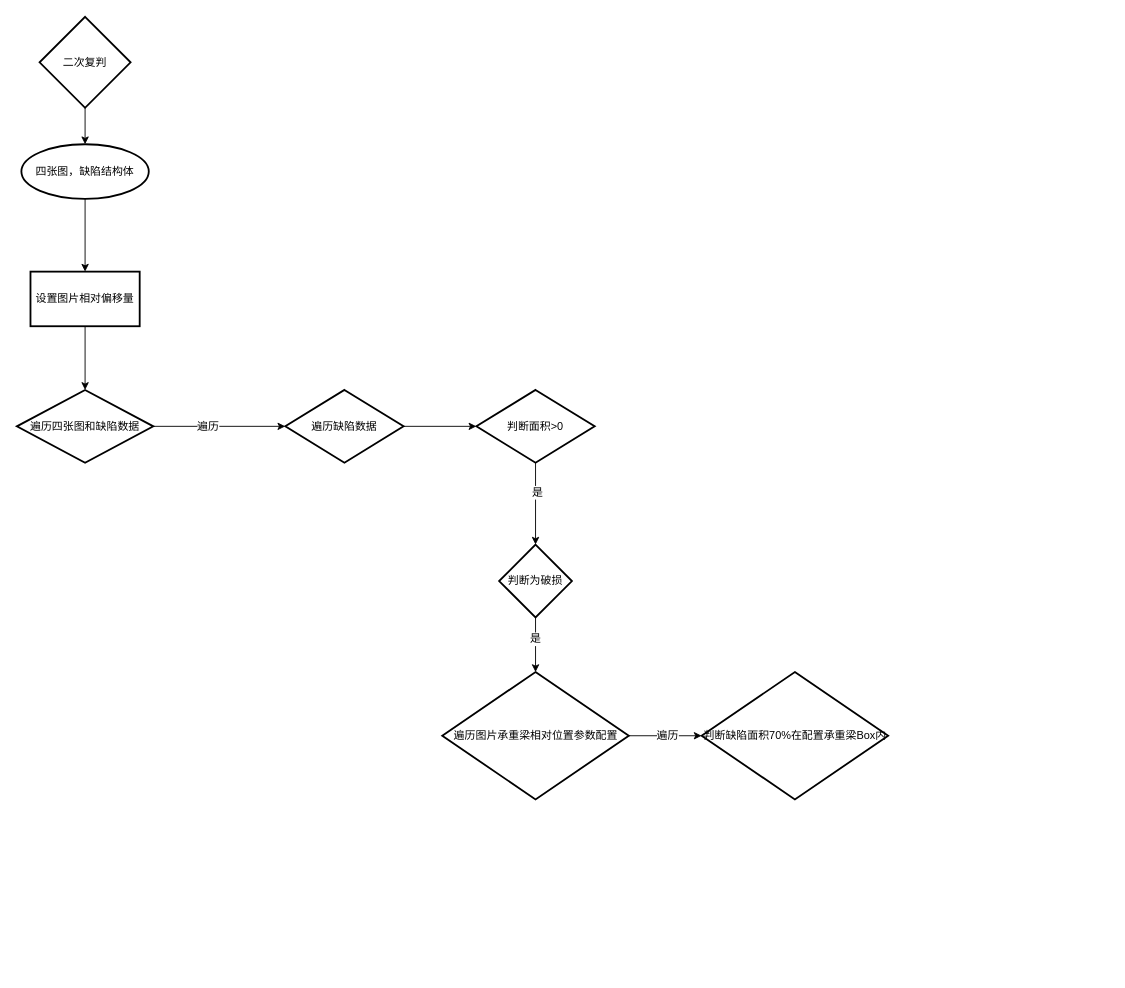
LittleSheepy/MyMLStudy keeps this draw.io diagram as 二次复判.drawio. Above is the earlier version. Source tidied: cells renumbered, new cells numbered last; positions are measured from the earlier drawing's top-left corner, leaving out a move shared by most shapes. Both pictures are drawn from the tidied source at 91%, with x=0, y=0 at pixel (16, 16).
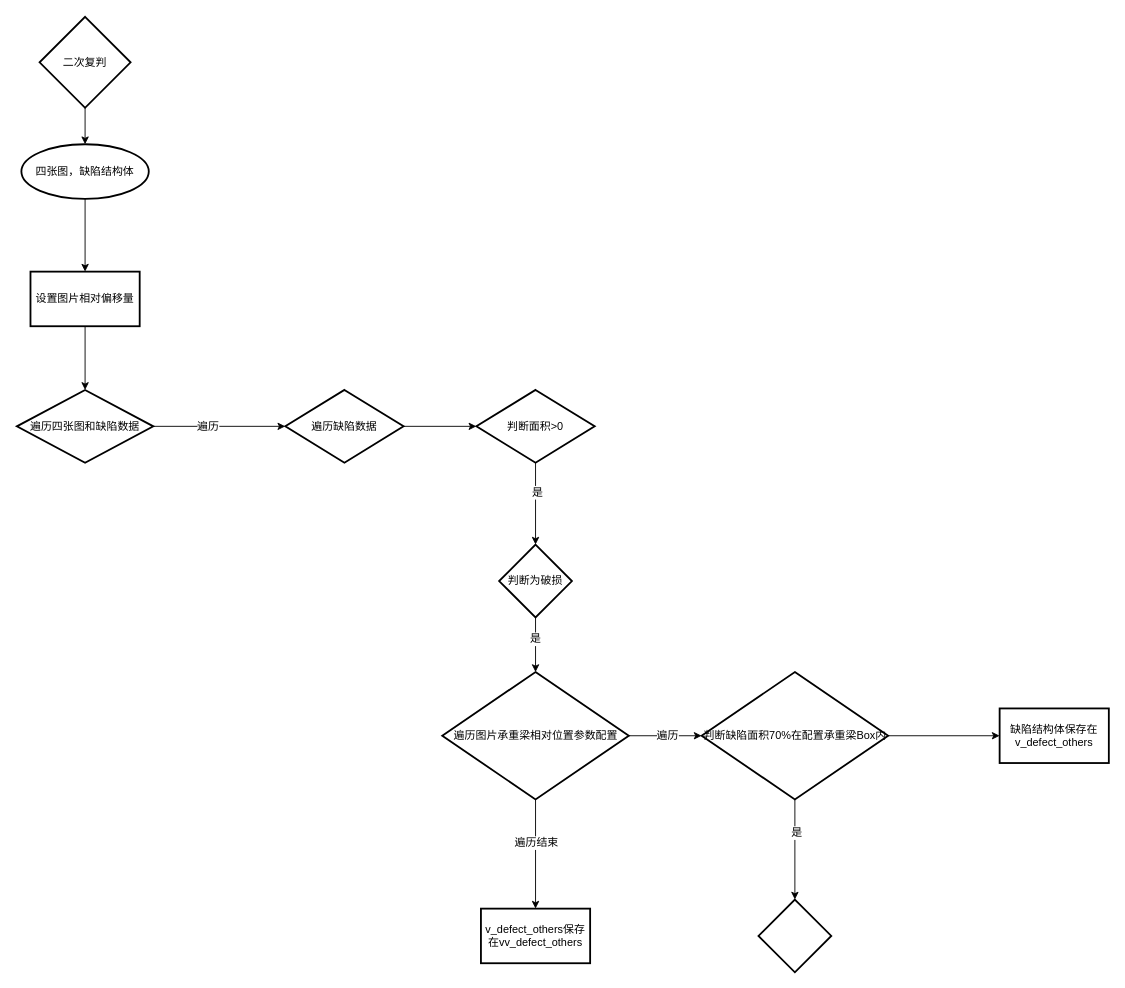
The same diagram, later.

Commit message:
更新二次复判.drawio

Unchanged cells that the change refers to:
```xml
<mxCell id="21" value="遍历图片承重梁相对位置参数配置" style="rhombus;whiteSpace=wrap;html=1;strokeColor=default;strokeWidth=2;fontFamily=Helvetica;fontSize=12;fontColor=default;fillColor=default;" parent="1" vertex="1">
  <mxGeometry x="467.5" y="720" width="205" height="140" as="geometry" />
</mxCell>
<mxCell id="22" value="判断缺陷面积70%在配置承重梁Box内" style="rhombus;whiteSpace=wrap;html=1;strokeColor=default;strokeWidth=2;fontFamily=Helvetica;fontSize=12;fontColor=default;fillColor=default;" parent="1" vertex="1">
  <mxGeometry x="752.5" y="720" width="205" height="140" as="geometry" />
</mxCell>
```

Diff of the diagram source:
```diff
@@
+    <mxCell id="23" style="edgeStyle=orthogonalEdgeStyle;rounded=0;jettySize=auto;html=1;fontFamily=Helvetica;fontSize=12;fontColor=default;" parent="1" edge="1" source="21" target="30">
+      <mxGeometry relative="1" as="geometry" />
+    </mxCell>
+    <mxCell id="24" value="遍历结束" style="edgeLabel;html=1;align=center;verticalAlign=middle;fontSize=12;fontFamily=Helvetica;fontColor=default;" parent="23" vertex="1">
+      <mxGeometry x="-0.21" relative="1" as="geometry" />
+    </mxCell>
@@
+    <mxCell id="25" style="edgeStyle=orthogonalEdgeStyle;rounded=0;jettySize=auto;html=1;fontFamily=Helvetica;fontSize=12;fontColor=default;" parent="1" edge="1" source="22" target="28">
+      <mxGeometry relative="1" as="geometry" />
+    </mxCell>
+    <mxCell id="26" value="是" style="edgeLabel;html=1;align=center;verticalAlign=middle;fontSize=12;fontFamily=Helvetica;fontColor=default;" parent="25" vertex="1">
+      <mxGeometry x="-0.35" y="1" relative="1" as="geometry" />
+    </mxCell>
+    <mxCell id="27" style="edgeStyle=orthogonalEdgeStyle;rounded=0;jettySize=auto;html=1;fontFamily=Helvetica;fontSize=12;fontColor=default;" parent="1" edge="1" source="22" target="29">
+      <mxGeometry relative="1" as="geometry" />
+    </mxCell>
@@
+    <mxCell id="28" style="rhombus;whiteSpace=wrap;html=1;strokeWidth=2;" parent="1" vertex="1">
+      <mxGeometry x="815" y="970" width="80" height="80" as="geometry" />
+    </mxCell>
+    <mxCell id="29" value="缺陷结构体保存在v_defect_others" style="whiteSpace=wrap;html=1;strokeWidth=2;" parent="1" vertex="1">
+      <mxGeometry x="1080" y="760" width="120" height="60" as="geometry" />
+    </mxCell>
+    <mxCell id="30" value="v_defect_others保存在vv_defect_others" style="whiteSpace=wrap;html=1;strokeWidth=2;" parent="1" vertex="1">
+      <mxGeometry x="510" y="980" width="120" height="60" as="geometry" />
+    </mxCell>
```
